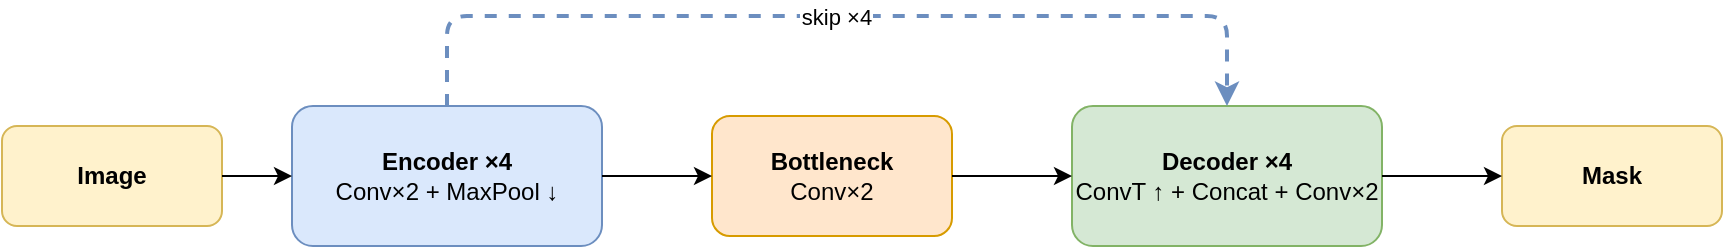
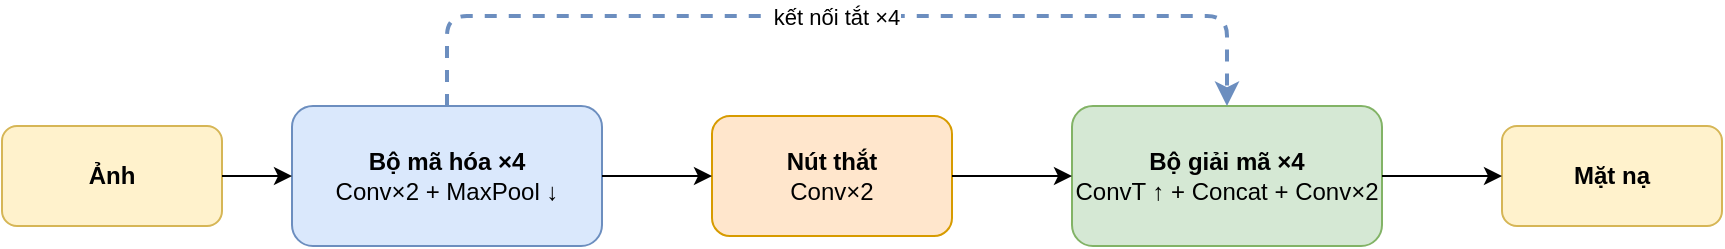
<mxfile host="65bd71144e">
    <diagram name="1. U-Net 2D" id="unet2d">
        <mxGraphModel dx="1303" dy="336" grid="1" gridSize="10" guides="1" tooltips="1" connect="1" arrows="1" fold="1" page="1" pageScale="1" pageWidth="860" pageHeight="180" math="0" shadow="0">
            <root>
                <mxCell id="0"/>
                <mxCell id="1" parent="0"/>
-                 <mxCell id="inp" value="&lt;b&gt;Image&lt;/b&gt;" style="rounded=1;whiteSpace=wrap;html=1;fillColor=#fff2cc;strokeColor=#d6b656;fontSize=12;" parent="1" vertex="1">
+                 <mxCell id="inp" value="&lt;b&gt;Ảnh&lt;/b&gt;" style="rounded=1;whiteSpace=wrap;html=1;fillColor=#fff2cc;strokeColor=#d6b656;fontSize=12;" parent="1" vertex="1">
                    <mxGeometry x="10" y="80" width="110" height="50" as="geometry"/>
                </mxCell>
-                 <mxCell id="enc" value="&lt;b&gt;Encoder ×4&lt;/b&gt;&lt;br&gt;Conv×2 + MaxPool ↓" style="rounded=1;whiteSpace=wrap;html=1;fillColor=#dae8fc;strokeColor=#6c8ebf;fontSize=12;" parent="1" vertex="1">
+                 <mxCell id="enc" value="&lt;b&gt;Bộ mã hóa ×4&lt;/b&gt;&lt;br&gt;Conv×2 + MaxPool ↓" style="rounded=1;whiteSpace=wrap;html=1;fillColor=#dae8fc;strokeColor=#6c8ebf;fontSize=12;" parent="1" vertex="1">
                    <mxGeometry x="155" y="70" width="155" height="70" as="geometry"/>
                </mxCell>
-                 <mxCell id="bn" value="&lt;b&gt;Bottleneck&lt;/b&gt;&lt;br&gt;Conv×2" style="rounded=1;whiteSpace=wrap;html=1;fillColor=#ffe6cc;strokeColor=#d79b00;fontSize=12;" parent="1" vertex="1">
+                 <mxCell id="bn" value="&lt;b&gt;Nút thắt&lt;/b&gt;&lt;br&gt;Conv×2" style="rounded=1;whiteSpace=wrap;html=1;fillColor=#ffe6cc;strokeColor=#d79b00;fontSize=12;" parent="1" vertex="1">
                    <mxGeometry x="365" y="75" width="120" height="60" as="geometry"/>
                </mxCell>
-                 <mxCell id="dec" value="&lt;b&gt;Decoder ×4&lt;/b&gt;&lt;br&gt;ConvT ↑ + Concat + Conv×2" style="rounded=1;whiteSpace=wrap;html=1;fillColor=#d5e8d4;strokeColor=#82b366;fontSize=12;" parent="1" vertex="1">
+                 <mxCell id="dec" value="&lt;b&gt;Bộ giải mã ×4&lt;/b&gt;&lt;br&gt;ConvT ↑ + Concat + Conv×2" style="rounded=1;whiteSpace=wrap;html=1;fillColor=#d5e8d4;strokeColor=#82b366;fontSize=12;" parent="1" vertex="1">
                    <mxGeometry x="545" y="70" width="155" height="70" as="geometry"/>
                </mxCell>
-                 <mxCell id="out" value="&lt;b&gt;Mask&lt;/b&gt;" style="rounded=1;whiteSpace=wrap;html=1;fillColor=#fff2cc;strokeColor=#d6b656;fontSize=12;" parent="1" vertex="1">
+                 <mxCell id="out" value="&lt;b&gt;Mặt nạ&lt;/b&gt;" style="rounded=1;whiteSpace=wrap;html=1;fillColor=#fff2cc;strokeColor=#d6b656;fontSize=12;" parent="1" vertex="1">
                    <mxGeometry x="760" y="80" width="110" height="50" as="geometry"/>
                </mxCell>
                <mxCell id="e_inp_enc" value="" style="edgeStyle=orthogonalEdgeStyle;exitX=1;exitY=0.5;exitDx=0;exitDy=0;entryX=0;entryY=0.5;entryDx=0;entryDy=0;" parent="1" source="inp" target="enc" edge="1">
                    <mxGeometry relative="1" as="geometry"/>
                </mxCell>
                <mxCell id="e_enc_bn" value="" style="edgeStyle=orthogonalEdgeStyle;exitX=1;exitY=0.5;exitDx=0;exitDy=0;entryX=0;entryY=0.5;entryDx=0;entryDy=0;" parent="1" source="enc" target="bn" edge="1">
                    <mxGeometry relative="1" as="geometry"/>
                </mxCell>
                <mxCell id="e_bn_dec" value="" style="edgeStyle=orthogonalEdgeStyle;exitX=1;exitY=0.5;exitDx=0;exitDy=0;entryX=0;entryY=0.5;entryDx=0;entryDy=0;" parent="1" source="bn" target="dec" edge="1">
                    <mxGeometry relative="1" as="geometry"/>
                </mxCell>
                <mxCell id="e_dec_out" value="" style="edgeStyle=orthogonalEdgeStyle;exitX=1;exitY=0.5;exitDx=0;exitDy=0;entryX=0;entryY=0.5;entryDx=0;entryDy=0;" parent="1" source="dec" target="out" edge="1">
                    <mxGeometry relative="1" as="geometry"/>
                </mxCell>
-                 <mxCell id="skip" value="skip ×4" style="edgeStyle=orthogonalEdgeStyle;dashed=1;strokeColor=#6c8ebf;strokeWidth=2;fontSize=11;exitX=0.5;exitY=0;exitDx=0;exitDy=0;entryX=0.5;entryY=0;entryDx=0;entryDy=0;labelBackgroundColor=#ffffff;" parent="1" source="enc" target="dec" edge="1">
+                 <mxCell id="skip" value="kết nối tắt ×4" style="edgeStyle=orthogonalEdgeStyle;dashed=1;strokeColor=#6c8ebf;strokeWidth=2;fontSize=11;exitX=0.5;exitY=0;exitDx=0;exitDy=0;entryX=0.5;entryY=0;entryDx=0;entryDy=0;labelBackgroundColor=#ffffff;" parent="1" source="enc" target="dec" edge="1">
                    <mxGeometry relative="1" as="geometry">
                        <Array as="points">
                            <mxPoint x="232" y="25"/>
                            <mxPoint x="622" y="25"/>
                        </Array>
                    </mxGeometry>
                </mxCell>
            </root>
        </mxGraphModel>
    </diagram>
</mxfile>